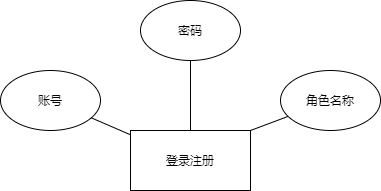
The draw.io diagram 登录注册实体E-R图.png in deepinsea/draw, before a commit. Source tidied: cells renumbered, new cells last; positions are measured from the earlier drawing's top-left corner, leaving out a move shared by most shapes.
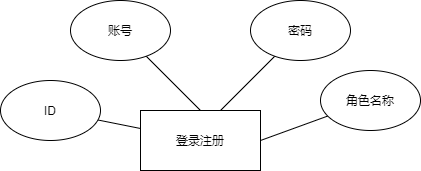
After the change.

Commit message:
更新登录注册实体E-R图.png

Change to the diagram source:
```diff
@@ -8,20 +8,30 @@
     <mxCell id="3" style="rounded=0;jettySize=auto;html=1;endArrow=none;endFill=0;" parent="1" edge="1" source="4" target="2">
       <mxGeometry relative="1" as="geometry" />
     </mxCell>
-    <mxCell id="4" value="账号" style="ellipse;whiteSpace=wrap;html=1;" parent="1" vertex="1">
-      <mxGeometry y="70" width="100" height="60" as="geometry" />
+    <mxCell id="4" value="ID" style="ellipse;whiteSpace=wrap;html=1;" parent="1" vertex="1">
+      <mxGeometry x="-10" y="100" width="100" height="60" as="geometry" />
     </mxCell>
     <mxCell id="5" style="edgeStyle=none;rounded=0;jettySize=auto;html=1;entryX=0.5;entryY=0;entryDx=0;entryDy=0;endArrow=none;endFill=0;" parent="1" edge="1" source="6" target="2">
       <mxGeometry relative="1" as="geometry" />
     </mxCell>
-    <mxCell id="6" value="密码" style="ellipse;whiteSpace=wrap;html=1;" parent="1" vertex="1">
-      <mxGeometry x="140" width="100" height="60" as="geometry" />
+    <mxCell id="6" value="账号" style="ellipse;whiteSpace=wrap;html=1;" parent="1" vertex="1">
+      <mxGeometry x="60" y="20" width="100" height="60" as="geometry" />
     </mxCell>
     <mxCell id="7" style="edgeStyle=none;rounded=0;jettySize=auto;html=1;entryX=1;entryY=0;entryDx=0;entryDy=0;endArrow=none;endFill=0;" parent="1" edge="1" source="8" target="2">
-      <mxGeometry relative="1" as="geometry" />
+      <mxGeometry relative="1" as="geometry">
+        <Array as="points">
+          <mxPoint x="210" y="130" />
+        </Array>
+      </mxGeometry>
     </mxCell>
-    <mxCell id="8" value="角色名称" style="ellipse;whiteSpace=wrap;html=1;" parent="1" vertex="1">
-      <mxGeometry x="280" y="70" width="100" height="60" as="geometry" />
+    <mxCell id="8" value="密码" style="ellipse;whiteSpace=wrap;html=1;" parent="1" vertex="1">
+      <mxGeometry x="240" y="20" width="100" height="60" as="geometry" />
     </mxCell>
+    <mxCell id="9" style="rounded=0;jettySize=auto;html=1;entryX=1;entryY=0.5;entryDx=0;entryDy=0;endArrow=none;endFill=0;" parent="1" edge="1" source="10" target="2">
+      <mxGeometry relative="1" as="geometry" />
+    </mxCell>
+    <mxCell id="10" value="角色名称" style="ellipse;whiteSpace=wrap;html=1;" parent="1" vertex="1">
+      <mxGeometry x="310" y="90" width="100" height="60" as="geometry" />
+    </mxCell>
   </root>
 </mxGraphModel>
```
